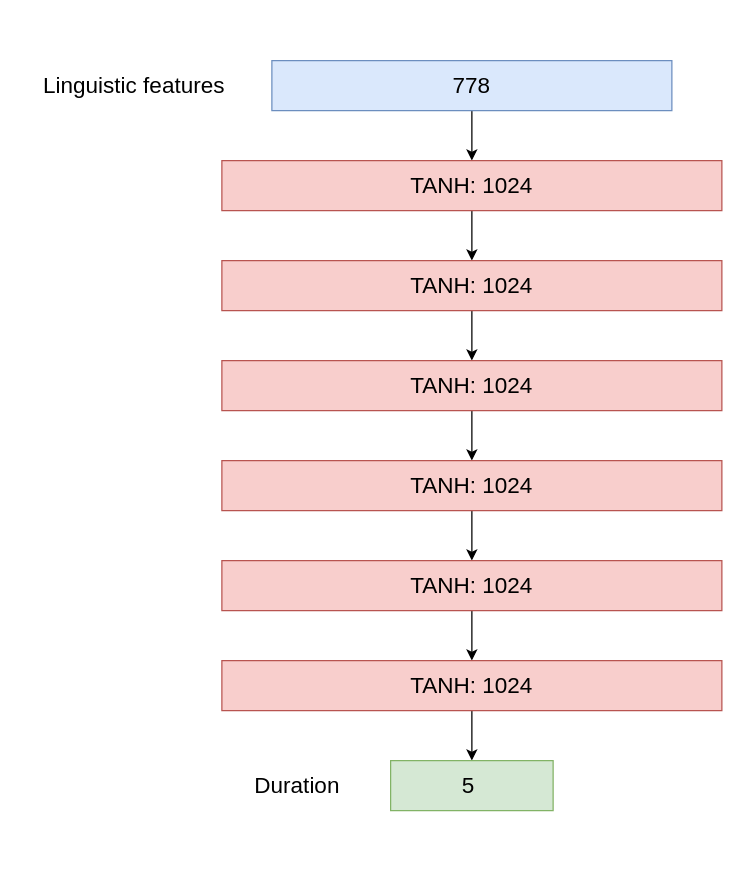
This is image/duration_model.drawio from trungkien110298/thesis, a draw.io file, before an edit. Source tidied: cells renumbered, new cells numbered last; positions are measured from the earlier drawing's top-left corner, leaving out a move shared by most shapes. Both pictures are drawn from the tidied source at 125%, with x=0, y=0 at pixel (21, 60).
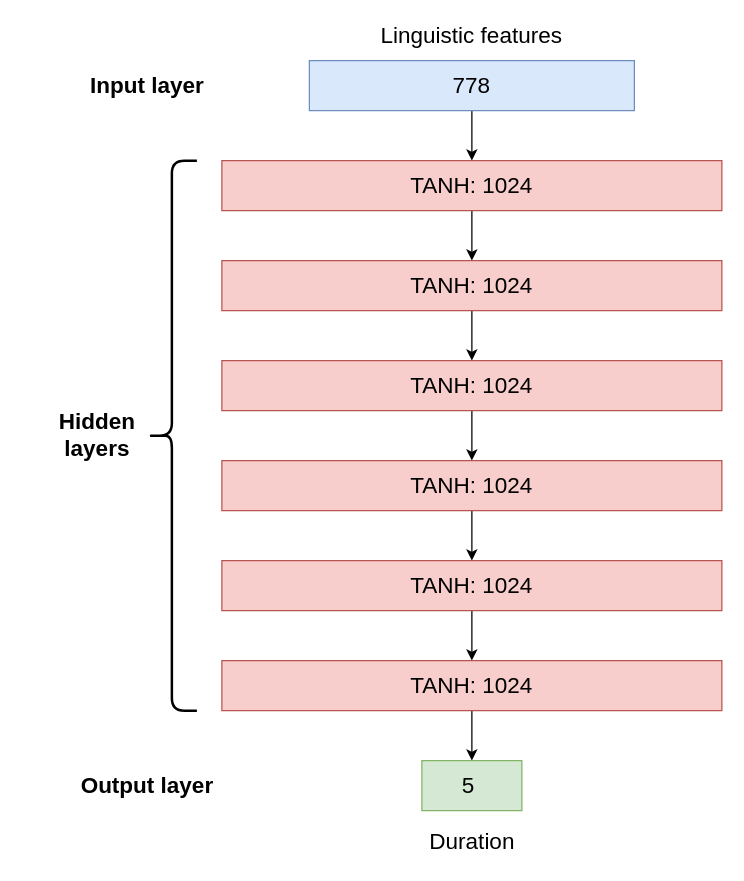
Above is the later version.

Diff of the diagram source:
```diff
@@
     <mxCell id="3" value="778" style="rounded=0;whiteSpace=wrap;html=1;rotation=0;fillColor=#dae8fc;strokeColor=#6c8ebf;fontSize=18;" parent="1" vertex="1">
-      <mxGeometry x="200" width="320" height="40" as="geometry" />
+      <mxGeometry x="230" width="260" height="40" as="geometry" />
     </mxCell>
@@
     <mxCell id="16" value="Linguistic features&lt;br&gt;" style="text;html=1;strokeColor=none;fillColor=none;align=center;verticalAlign=middle;whiteSpace=wrap;rounded=0;fontSize=18;" parent="1" vertex="1">
-      <mxGeometry y="10" width="180" height="20" as="geometry" />
+      <mxGeometry x="270" y="-30" width="180" height="20" as="geometry" />
     </mxCell>
     <mxCell id="17" value="5&amp;nbsp;" style="rounded=0;whiteSpace=wrap;html=1;rotation=0;fillColor=#d5e8d4;strokeColor=#82b366;fontSize=18;" parent="1" vertex="1">
-      <mxGeometry x="295" y="560" width="130" height="40" as="geometry" />
+      <mxGeometry x="320" y="560" width="80" height="40" as="geometry" />
     </mxCell>
     <mxCell id="18" value="Duration" style="text;html=1;align=center;verticalAlign=middle;fontSize=18;" parent="1" vertex="1">
-      <mxGeometry x="180" y="565" width="80" height="30" as="geometry" />
+      <mxGeometry x="320" y="610" width="80" height="30" as="geometry" />
     </mxCell>
+    <mxCell id="19" style="shape=curlyBracket;whiteSpace=wrap;html=1;rounded=1;fontSize=18;strokeWidth=2;" parent="1" vertex="1">
+      <mxGeometry x="100" y="80" width="40" height="440" as="geometry" />
+    </mxCell>
+    <mxCell id="20" value="Hidden&lt;br&gt;layers" style="text;html=1;align=center;verticalAlign=middle;fontSize=18;fontStyle=1;" parent="1" vertex="1">
+      <mxGeometry x="20" y="275" width="80" height="50" as="geometry" />
+    </mxCell>
+    <mxCell id="21" value="Input layer" style="text;html=1;align=center;verticalAlign=middle;fontSize=18;fontStyle=1;" parent="1" vertex="1">
+      <mxGeometry x="45" y="5" width="110" height="30" as="geometry" />
+    </mxCell>
+    <mxCell id="22" value="Output layer" style="text;html=1;align=center;verticalAlign=middle;fontSize=18;fontStyle=1;" parent="1" vertex="1">
+      <mxGeometry x="40" y="565" width="120" height="30" as="geometry" />
+    </mxCell>
```
